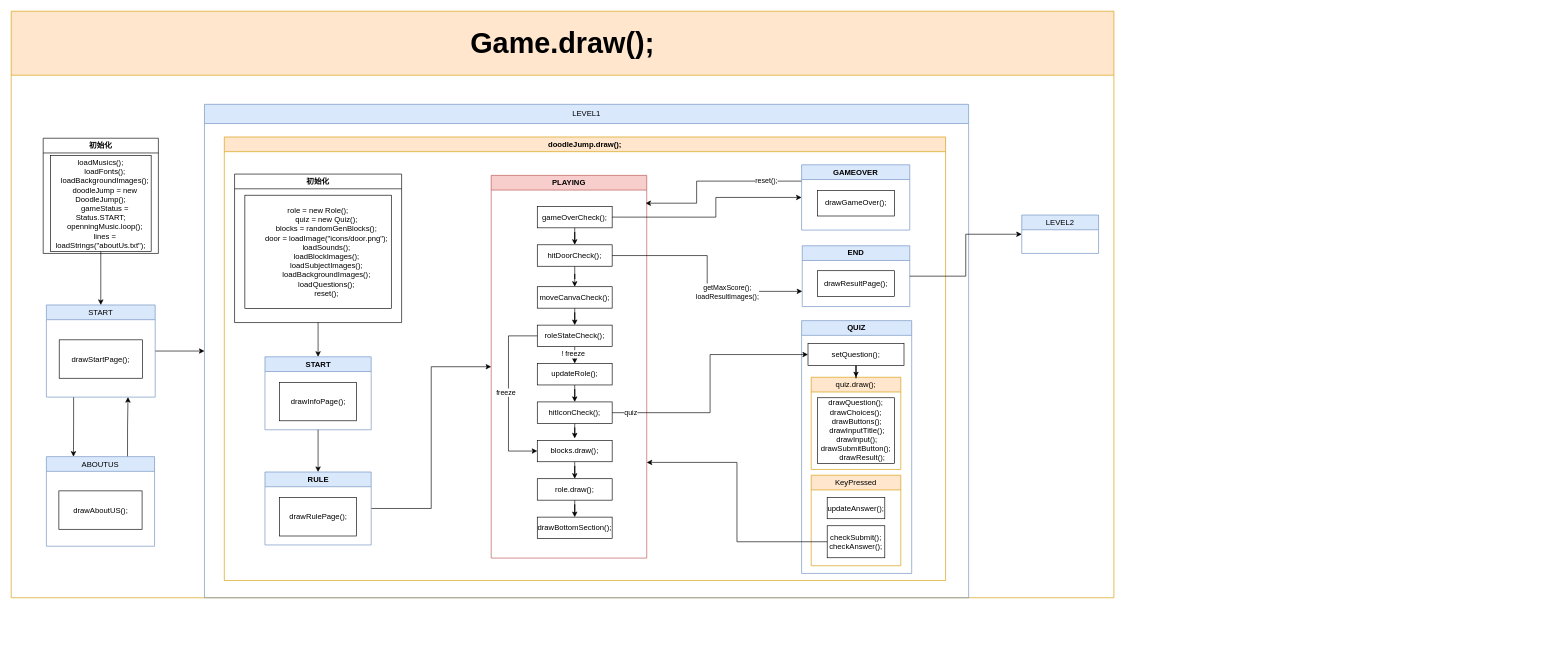
Earlier version of the draw.io diagram Workflow.drawio (shuuuuyu/draw.io). Source tidied: cells renumbered, new cells numbered last; positions are measured from the earlier drawing's top-left corner, leaving out a move shared by most shapes. Both pictures are drawn from the tidied source at 64%, with x=0, y=0 at pixel (11, 11).
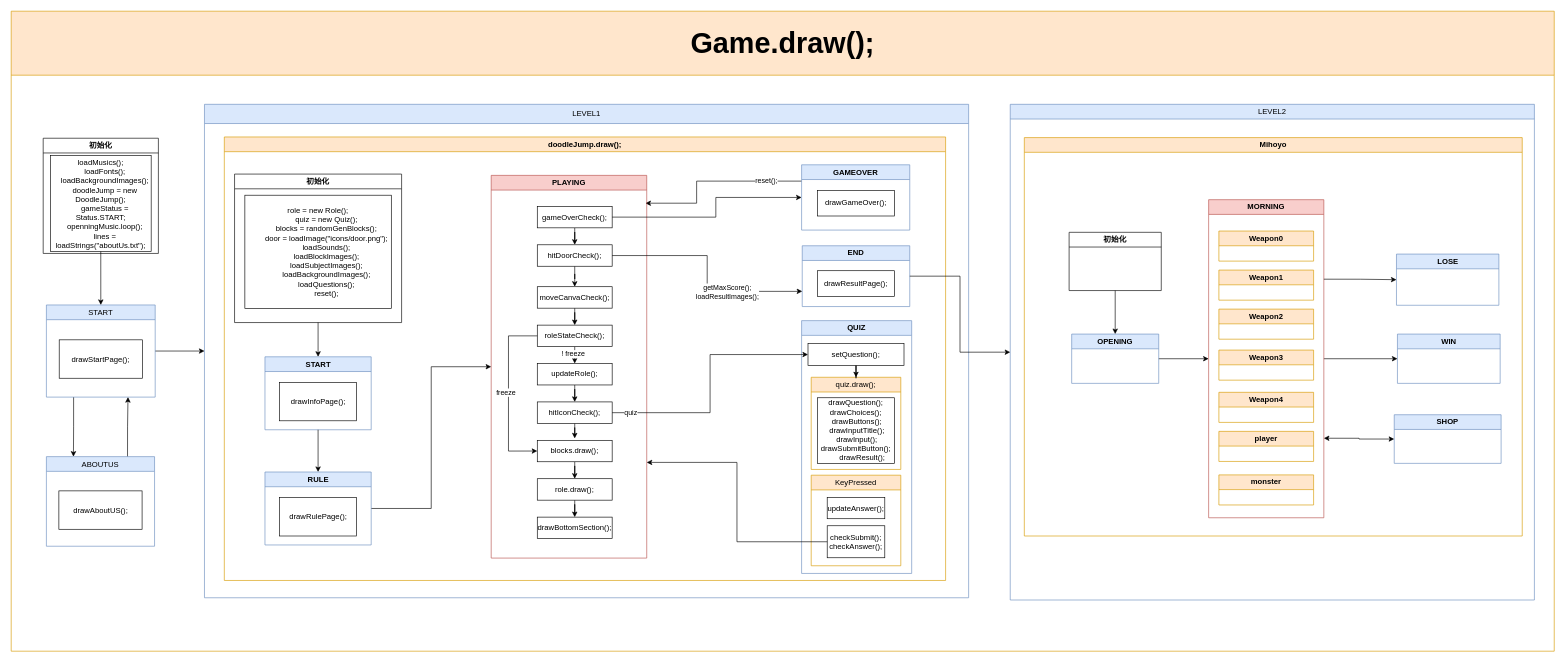
Above is the later version.

Change to the diagram source:
```diff
@@
     <mxCell id="2" value="&lt;font style=&quot;font-size: 45px;&quot;&gt;Game.draw();&lt;/font&gt;" style="swimlane;whiteSpace=wrap;html=1;startSize=100;fontSize=20;fillColor=#ffe6cc;strokeColor=#d79b00;" parent="1" vertex="1">
-      <mxGeometry width="1723" height="916.5" as="geometry" />
+      <mxGeometry width="2411" height="1000" as="geometry" />
     </mxCell>
@@
-    <mxCell id="66" value="&lt;span style=&quot;font-weight: 400;&quot;&gt;LEVEL2&lt;/span&gt;" style="swimlane;whiteSpace=wrap;html=1;fillColor=#dae8fc;strokeColor=#6c8ebf;" parent="2" vertex="1" collapsed="1">
-      <mxGeometry x="1579" y="318.5" width="120" height="60" as="geometry" />
+    <mxCell id="66" value="&lt;span style=&quot;font-weight: 400;&quot;&gt;LEVEL2&lt;/span&gt;" style="swimlane;whiteSpace=wrap;html=1;fillColor=#dae8fc;strokeColor=#6c8ebf;" parent="2" vertex="1">
+      <mxGeometry x="1561" y="145.5" width="819" height="774.5" as="geometry" />
     </mxCell>
+    <mxCell id="68" value="Mihoyo" style="swimlane;whiteSpace=wrap;html=1;startSize=23;fillColor=#ffe6cc;strokeColor=#d79b00;" parent="66" vertex="1">
+      <mxGeometry x="22" y="52" width="778" height="622.5" as="geometry" />
+    </mxCell>
+    <mxCell id="69" style="edgeStyle=orthogonalEdgeStyle;rounded=0;jettySize=auto;html=1;exitX=1;exitY=0.5;exitDx=0;exitDy=0;entryX=0;entryY=0.5;entryDx=0;entryDy=0;" parent="68" edge="1" source="70" target="76">
+      <mxGeometry relative="1" as="geometry" />
+    </mxCell>
+    <mxCell id="70" value="OPENING" style="swimlane;whiteSpace=wrap;html=1;startSize=23;fillColor=#dae8fc;strokeColor=#6c8ebf;" parent="68" vertex="1">
+      <mxGeometry x="74" y="307" width="136" height="77" as="geometry" />
+    </mxCell>
+    <mxCell id="71" value="WIN" style="swimlane;whiteSpace=wrap;html=1;startSize=23;fillColor=#dae8fc;strokeColor=#6c8ebf;" parent="68" vertex="1">
+      <mxGeometry x="583" y="307" width="160.5" height="77" as="geometry" />
+    </mxCell>
+    <mxCell id="72" style="edgeStyle=orthogonalEdgeStyle;rounded=0;jettySize=auto;html=1;exitX=0.5;exitY=1;exitDx=0;exitDy=0;entryX=0.5;entryY=0;entryDx=0;entryDy=0;" parent="68" edge="1" source="73" target="70">
+      <mxGeometry relative="1" as="geometry" />
+    </mxCell>
+    <mxCell id="73" value="初始化" style="swimlane;whiteSpace=wrap;html=1;startSize=23;" parent="68" vertex="1">
+      <mxGeometry x="70" y="148" width="144" height="91" as="geometry" />
+    </mxCell>
+    <mxCell id="74" style="edgeStyle=orthogonalEdgeStyle;rounded=0;jettySize=auto;html=1;exitX=1;exitY=0.75;exitDx=0;exitDy=0;entryX=0;entryY=0.5;entryDx=0;entryDy=0;startArrow=classic;startFill=1;" parent="68" edge="1" source="76" target="84">
+      <mxGeometry relative="1" as="geometry" />
+    </mxCell>
+    <mxCell id="75" style="edgeStyle=orthogonalEdgeStyle;rounded=0;jettySize=auto;html=1;exitX=1;exitY=0.5;exitDx=0;exitDy=0;entryX=0;entryY=0.5;entryDx=0;entryDy=0;" parent="68" edge="1" source="76" target="71">
+      <mxGeometry relative="1" as="geometry" />
+    </mxCell>
+    <mxCell id="76" value="MORNING" style="swimlane;whiteSpace=wrap;html=1;startSize=23;fillColor=#f8cecc;strokeColor=#b85450;" parent="68" vertex="1">
+      <mxGeometry x="288" y="97" width="180" height="497" as="geometry" />
+    </mxCell>
+    <mxCell id="77" value="Weapon0" style="swimlane;whiteSpace=wrap;html=1;fillColor=#ffe6cc;strokeColor=#d79b00;" parent="76" vertex="1">
+      <mxGeometry x="16" y="49" width="148" height="47" as="geometry" />
+    </mxCell>
+    <mxCell id="78" value="Weapon1" style="swimlane;whiteSpace=wrap;html=1;fillColor=#ffe6cc;strokeColor=#d79b00;" parent="76" vertex="1">
+      <mxGeometry x="16" y="110" width="148" height="47" as="geometry" />
+    </mxCell>
+    <mxCell id="79" value="Weapon2" style="swimlane;whiteSpace=wrap;html=1;fillColor=#ffe6cc;strokeColor=#d79b00;" parent="76" vertex="1">
+      <mxGeometry x="16" y="171" width="148" height="47" as="geometry" />
+    </mxCell>
+    <mxCell id="80" value="Weapon3" style="swimlane;whiteSpace=wrap;html=1;fillColor=#ffe6cc;strokeColor=#d79b00;" parent="76" vertex="1">
+      <mxGeometry x="16" y="235" width="148" height="47" as="geometry" />
+    </mxCell>
+    <mxCell id="81" value="Weapon4" style="swimlane;whiteSpace=wrap;html=1;fillColor=#ffe6cc;strokeColor=#d79b00;" parent="76" vertex="1">
+      <mxGeometry x="16" y="301" width="148" height="47" as="geometry" />
+    </mxCell>
+    <mxCell id="82" value="player" style="swimlane;whiteSpace=wrap;html=1;fillColor=#ffe6cc;strokeColor=#d79b00;" parent="76" vertex="1">
+      <mxGeometry x="16" y="362" width="148" height="47" as="geometry" />
+    </mxCell>
+    <mxCell id="83" value="monster" style="swimlane;whiteSpace=wrap;html=1;fillColor=#ffe6cc;strokeColor=#d79b00;" parent="76" vertex="1">
+      <mxGeometry x="16" y="430" width="148" height="47" as="geometry" />
+    </mxCell>
+    <mxCell id="84" value="SHOP" style="swimlane;whiteSpace=wrap;html=1;startSize=23;fillColor=#dae8fc;strokeColor=#6c8ebf;" parent="68" vertex="1">
+      <mxGeometry x="578" y="433" width="167" height="76" as="geometry" />
+    </mxCell>
+    <mxCell id="85" value="LOSE" style="swimlane;whiteSpace=wrap;html=1;startSize=23;fillColor=#dae8fc;strokeColor=#6c8ebf;" parent="68" vertex="1">
+      <mxGeometry x="581.5" y="182" width="160" height="80" as="geometry" />
+    </mxCell>
+    <mxCell id="86" style="edgeStyle=orthogonalEdgeStyle;rounded=0;jettySize=auto;html=1;exitX=1;exitY=0.25;exitDx=0;exitDy=0;entryX=0;entryY=0.5;entryDx=0;entryDy=0;" parent="68" edge="1" source="76" target="85">
+      <mxGeometry relative="1" as="geometry" />
+    </mxCell>
```
